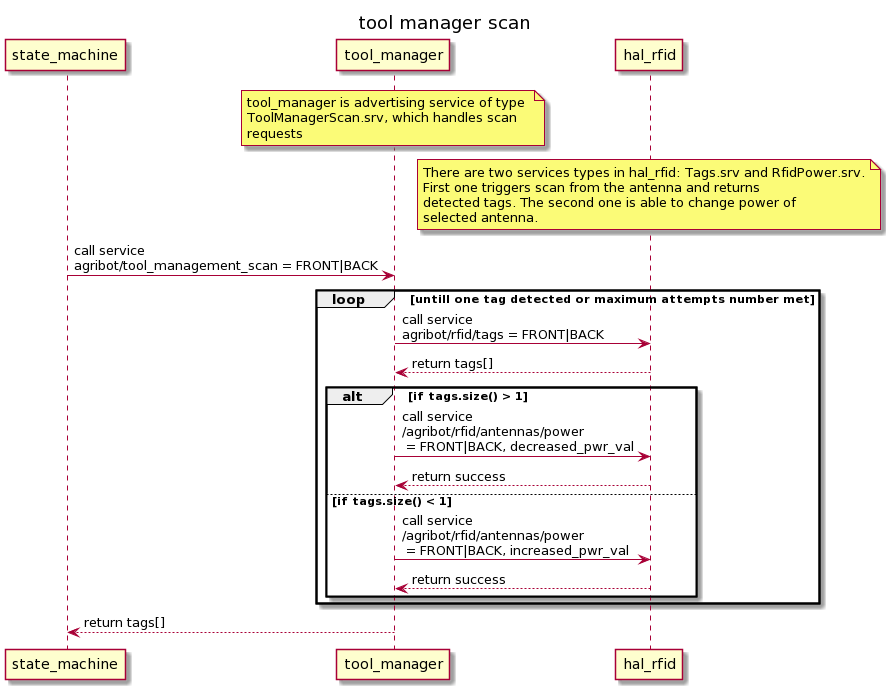
agribot-2-0/agribot_tools_management keeps this PlantUML diagram as doc/scan_tags.png. Above is the earlier version.
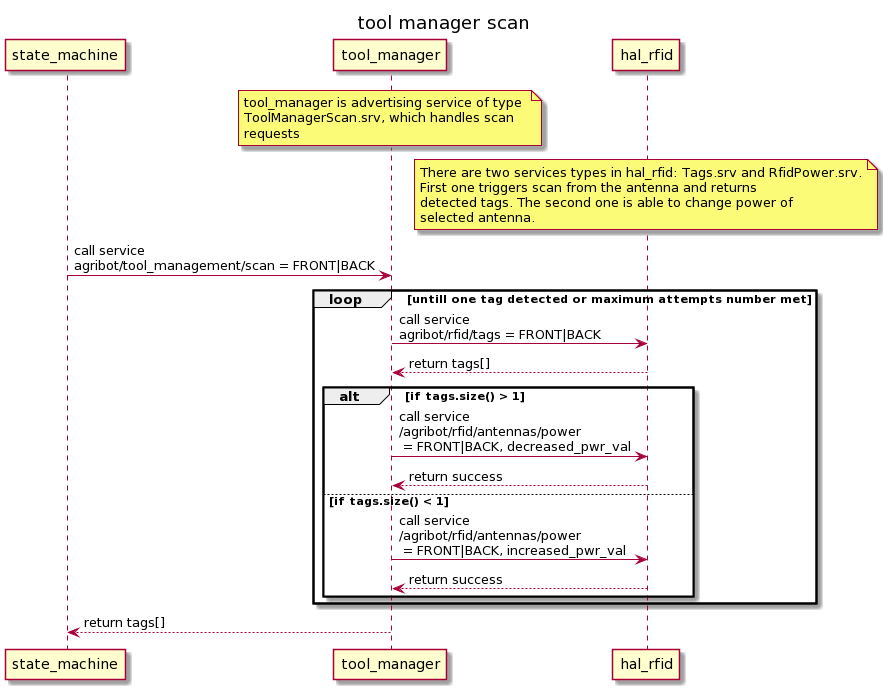
After the commit.

The edit, as a diff of the source:
```diff
@@ -9,7 +9,7 @@
 
 note over hal_rfid:There are two services types in hal_rfid: Tags.srv and RfidPower.srv.\nFirst one triggers scan from the antenna and returns\ndetected tags. The second one is able to change power of \nselected antenna.
 
-state_machine->tool_manager:call service\nagribot/tool_management_scan = FRONT|BACK
+state_machine->tool_manager:call service\nagribot/tool_management/scan = FRONT|BACK
 loop untill one tag detected or maximum attempts number met
                     tool_manager->hal_rfid:call service\nagribot/rfid/tags = FRONT|BACK
 hal_rfid-->tool_manager: return tags[]
```
